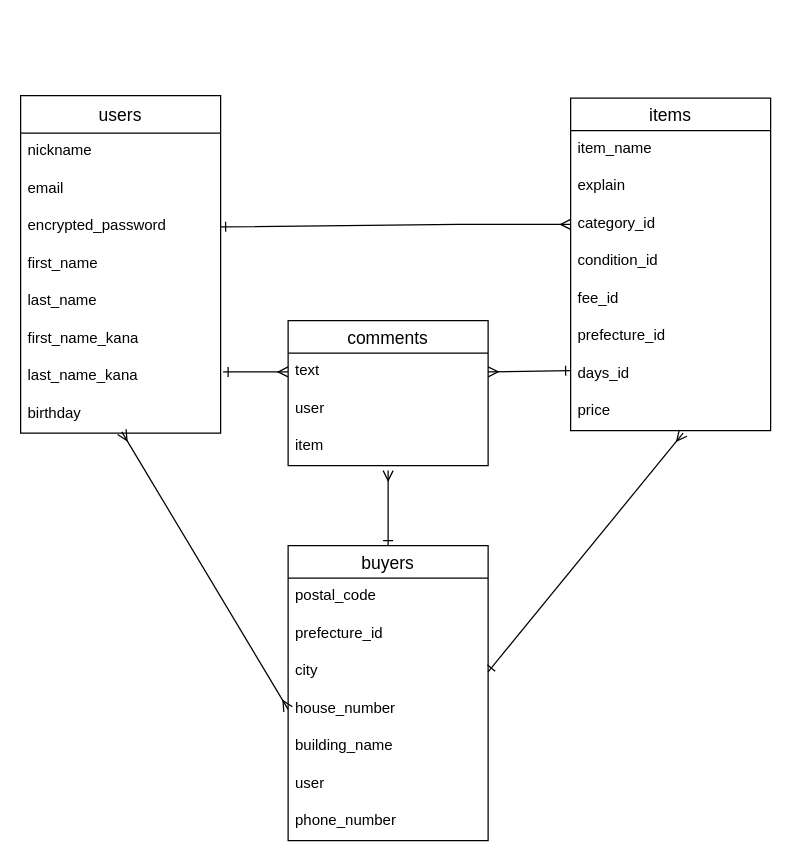
This is app/views/er.dio from mikArai5/furima-31920, a draw.io file, before an edit. Source tidied: cells renumbered, new cells numbered last; positions are measured from the earlier drawing's top-left corner, leaving out a move shared by most shapes. Both pictures are drawn from the tidied source at 125%, with x=0, y=0 at pixel (20, 95).
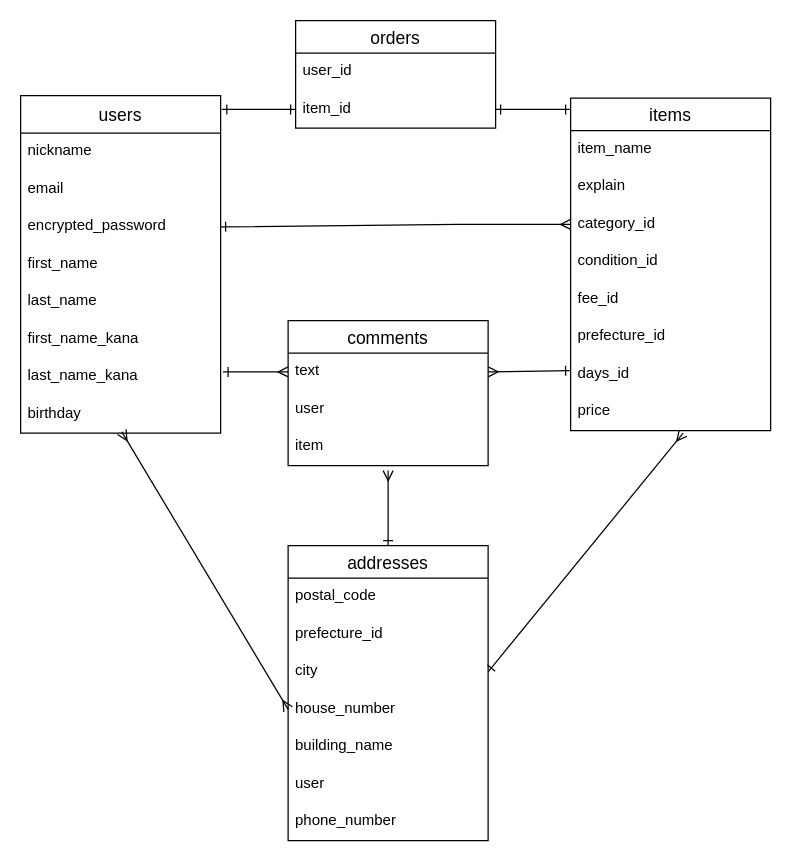
The same page after the edit.

Unchanged cells that the change refers to:
```xml
<mxCell id="2" value="users" style="swimlane;fontStyle=0;horizontal=1;startSize=30;align=center;fontSize=14;" parent="1" vertex="1">
  <mxGeometry width="160" height="270" as="geometry" />
</mxCell>
<mxCell id="11" value="items" style="swimlane;fontStyle=0;horizontal=1;startSize=26;align=center;fontSize=14;" parent="1" vertex="1">
  <mxGeometry x="440" y="2" width="160" height="266" as="geometry" />
</mxCell>
```

Change to the diagram source:
```diff
@@
-    <mxCell id="25" value="buyers" style="swimlane;fontStyle=0;horizontal=1;startSize=26;align=center;fontSize=14;" parent="1" vertex="1">
+    <mxCell id="25" value="addresses" style="swimlane;fontStyle=0;horizontal=1;startSize=26;align=center;fontSize=14;" parent="1" vertex="1">
       <mxGeometry x="214" y="360" width="160" height="236" as="geometry" />
     </mxCell>
@@
+    <mxCell id="38" value="orders" style="swimlane;fontStyle=0;horizontal=1;startSize=26;align=center;fontSize=14;" parent="1" vertex="1">
+      <mxGeometry x="220" y="-60" width="160" height="86" as="geometry" />
+    </mxCell>
+    <mxCell id="39" value="user_id" style="text;strokeColor=none;fillColor=none;spacingLeft=4;spacingRight=4;overflow=hidden;fontSize=12;" parent="38" vertex="1">
+      <mxGeometry y="26" width="160" height="30" as="geometry" />
+    </mxCell>
+    <mxCell id="40" value="item_id" style="text;strokeColor=none;fillColor=none;spacingLeft=4;spacingRight=4;overflow=hidden;points=[[0,0.5],[1,0.5]];portConstraint=eastwest;fontSize=12;" parent="38" vertex="1">
+      <mxGeometry y="56" width="160" height="30" as="geometry" />
+    </mxCell>
+    <mxCell id="41" style="edgeStyle=orthogonalEdgeStyle;rounded=0;jettySize=auto;html=1;exitX=0;exitY=0.5;exitDx=0;exitDy=0;entryX=1.006;entryY=0.041;entryDx=0;entryDy=0;entryPerimeter=0;startArrow=ERone;startFill=0;endArrow=ERone;endFill=0;" parent="1" edge="1" source="40" target="2">
+      <mxGeometry relative="1" as="geometry" />
+    </mxCell>
+    <mxCell id="42" style="edgeStyle=orthogonalEdgeStyle;rounded=0;jettySize=auto;html=1;exitX=1;exitY=0.5;exitDx=0;exitDy=0;entryX=0;entryY=0.034;entryDx=0;entryDy=0;entryPerimeter=0;startArrow=ERone;startFill=0;endArrow=ERone;endFill=0;" parent="1" edge="1" source="40" target="11">
+      <mxGeometry relative="1" as="geometry" />
+    </mxCell>
```
